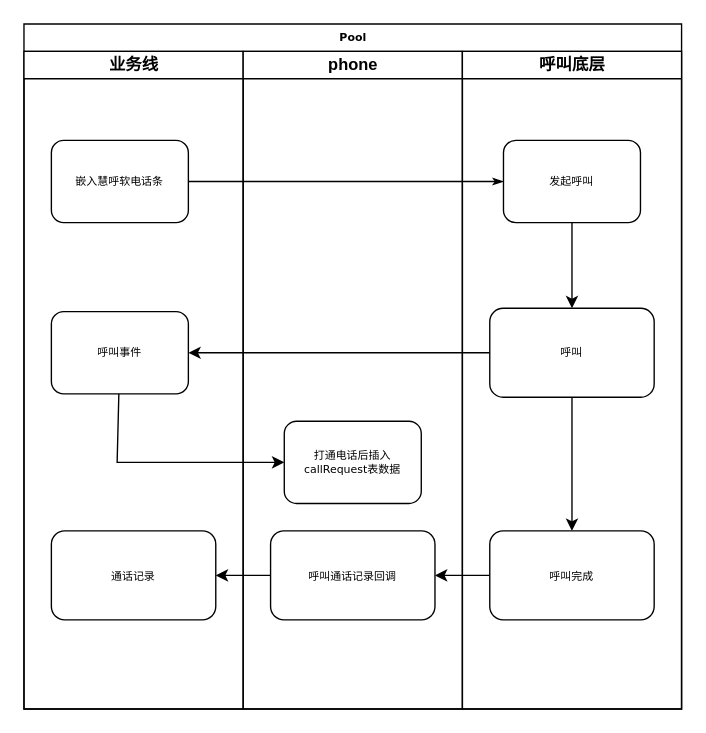
The draw.io diagram 未命名绘图.drawio in 31315474/cf, before the edit. Source tidied: cells renumbered, new cells numbered last; positions are measured from the earlier drawing's top-left corner, leaving out a move shared by most shapes. Both pictures are drawn from the tidied source at 137%, with x=0, y=0 at pixel (23, 23).
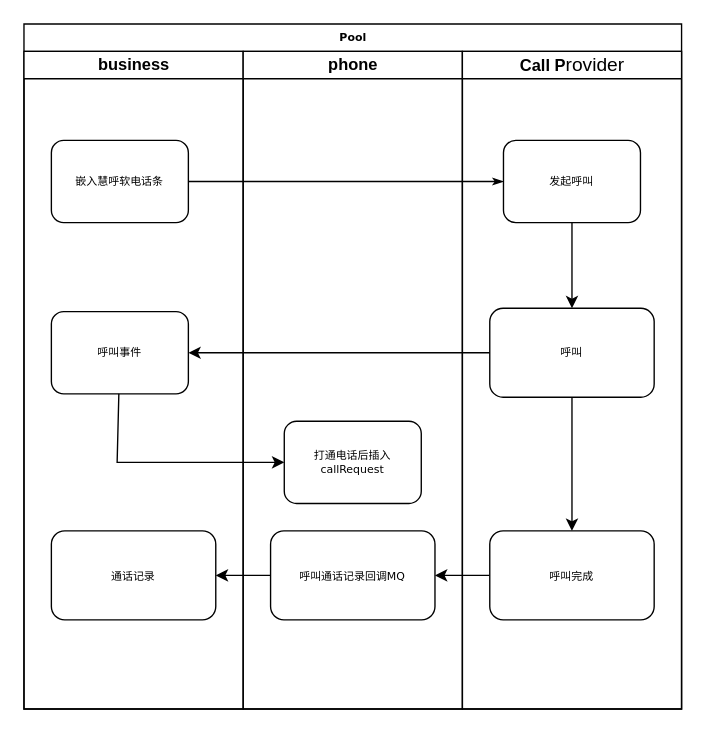
After the change.

Commit message:
更新未命名绘图.drawio

The change refers to these unchanged cells:
```xml
<mxCell id="2" value="Pool" style="swimlane;html=1;startSize=20;rounded=0;shadow=0;labelBackgroundColor=none;strokeWidth=1;fontFamily=Verdana;fontSize=8;align=center;" parent="1" vertex="1">
  <mxGeometry width="480" height="500" as="geometry" />
</mxCell>
<mxCell id="8" value="phone" style="swimlane;html=1;startSize=20;" parent="2" vertex="1">
  <mxGeometry x="160" y="20" width="160" height="480" as="geometry" />
</mxCell>
```

Diff of the diagram source:
```diff
@@
-    <mxCell id="3" value="业务线" style="swimlane;html=1;startSize=20;" parent="2" vertex="1">
+    <mxCell id="3" value="business" style="swimlane;html=1;startSize=20;" parent="2" vertex="1">
       <mxGeometry y="20" width="160" height="480" as="geometry" />
     </mxCell>
@@
-    <mxCell id="9" value="呼叫通话记录回调" style="whiteSpace=wrap;html=1;rounded=1;shadow=0;fontFamily=Verdana;fontSize=8;strokeWidth=1;" parent="8" vertex="1">
+    <mxCell id="9" value="呼叫通话记录回调MQ" style="whiteSpace=wrap;html=1;rounded=1;shadow=0;fontFamily=Verdana;fontSize=8;strokeWidth=1;" parent="8" vertex="1">
       <mxGeometry x="20" y="350" width="120" height="65" as="geometry" />
     </mxCell>
-    <mxCell id="10" value="打通电话后插入callRequest表数据" style="rounded=1;whiteSpace=wrap;html=1;shadow=0;labelBackgroundColor=none;strokeWidth=1;fontFamily=Verdana;fontSize=8;align=center;" parent="8" vertex="1">
+    <mxCell id="10" value="打通电话后插入callRequest" style="rounded=1;whiteSpace=wrap;html=1;shadow=0;labelBackgroundColor=none;strokeWidth=1;fontFamily=Verdana;fontSize=8;align=center;" parent="8" vertex="1">
       <mxGeometry x="30" y="270" width="100" height="60" as="geometry" />
     </mxCell>
-    <mxCell id="11" value="呼叫底层" style="swimlane;html=1;startSize=20;" parent="2" vertex="1">
+    <mxCell id="11" value="Call P&lt;span style=&quot;font-family: &amp;#34;microsoft yahei&amp;#34; , &amp;#34;arial&amp;#34; , &amp;#34;helvetica&amp;#34; , sans-serif ; font-size: 14px ; font-weight: 400 ; text-align: left ; background-color: rgb(255 , 255 , 255)&quot;&gt;rovider&lt;/span&gt;" style="swimlane;html=1;startSize=20;" parent="2" vertex="1">
       <mxGeometry x="320" y="20" width="160" height="480" as="geometry" />
     </mxCell>
```
